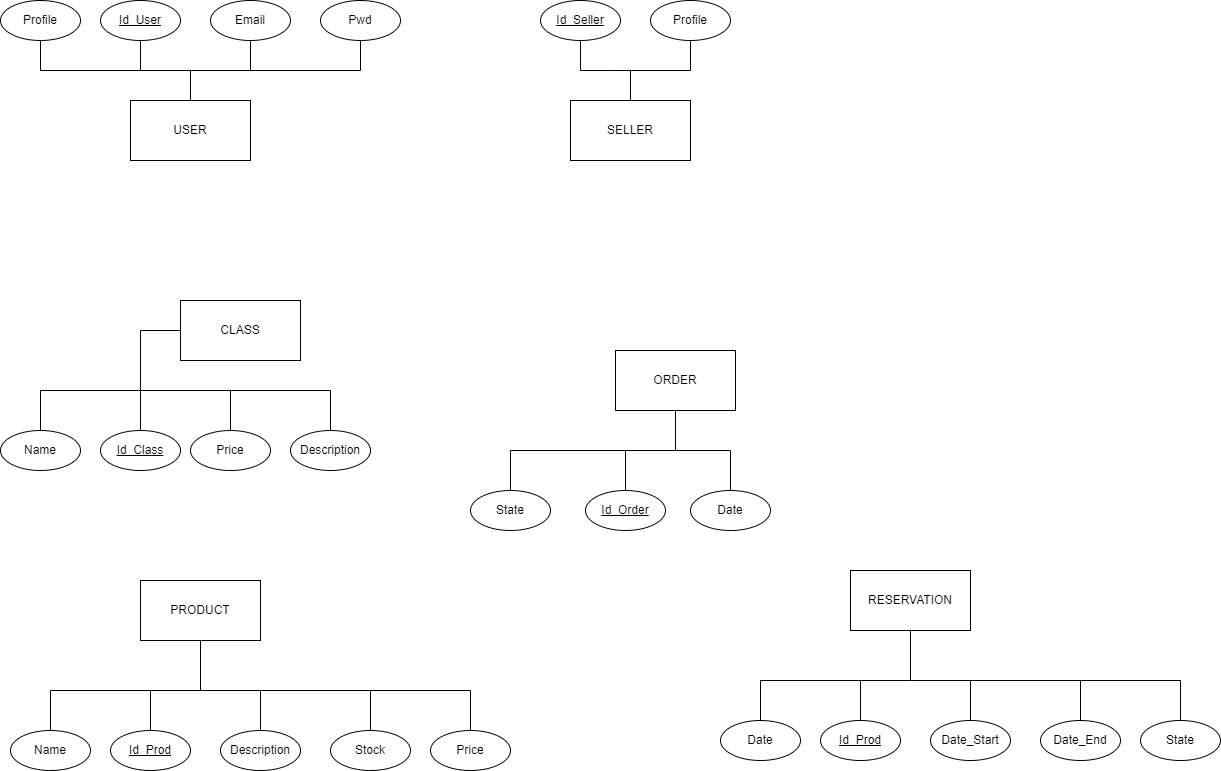
The draw.io diagram Entidad-Relacion.drawio.png in OscarELCRACK17/imagen, before a commit. Source tidied: cells renumbered, new cells last; positions are measured from the earlier drawing's top-left corner, leaving out a move shared by most shapes.
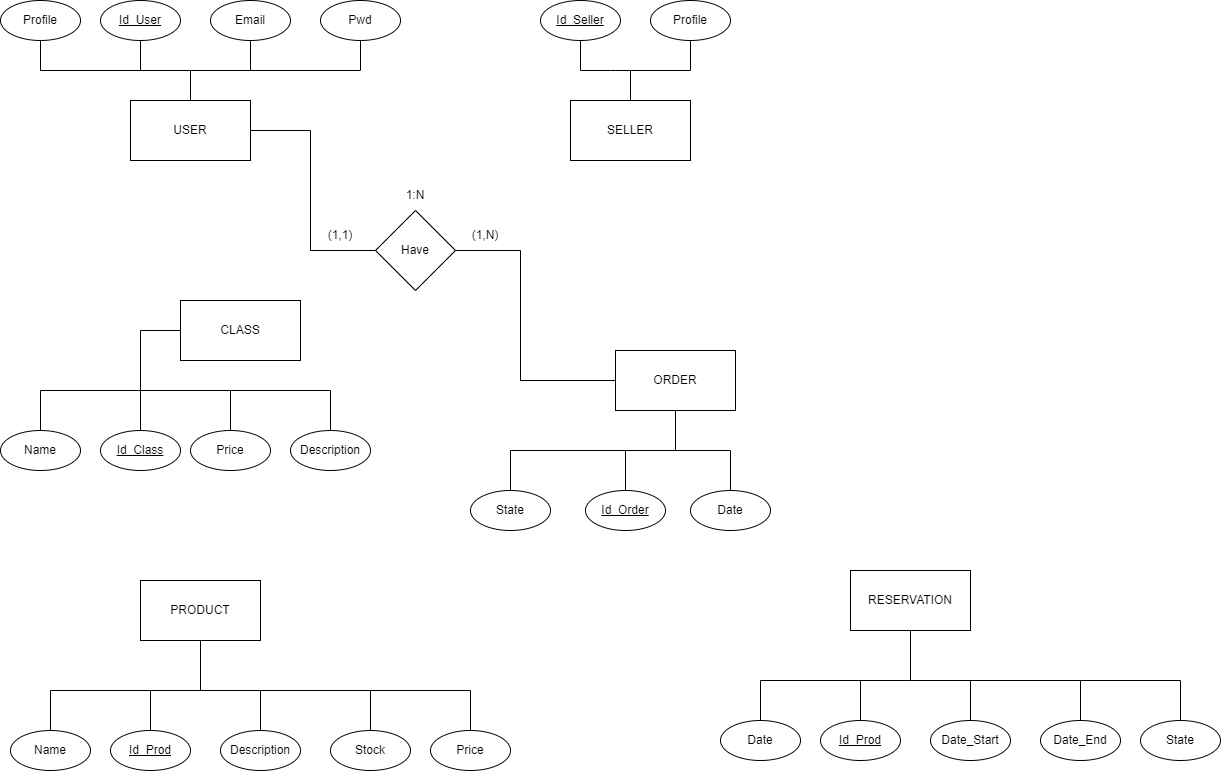
The same diagram one commit later.

The edit, as a diff of the source:
```diff
@@ -272,5 +272,33 @@
         </Array>
       </mxGeometry>
     </mxCell>
+    <mxCell id="56" value="Have" style="rhombus;whiteSpace=wrap;html=1;" parent="1" vertex="1">
+      <mxGeometry x="375" y="210" width="80" height="80" as="geometry" />
+    </mxCell>
+    <mxCell id="57" style="endArrow=none;html=1;rounded=0;entryX=0;entryY=0.5;entryDx=0;entryDy=0;exitX=1;exitY=0.5;exitDx=0;exitDy=0;" parent="1" edge="1" source="2" target="56">
+      <mxGeometry relative="1" as="geometry">
+        <Array as="points">
+          <mxPoint x="310" y="130" />
+          <mxPoint x="310" y="250" />
+        </Array>
+      </mxGeometry>
+    </mxCell>
+    <mxCell id="58" style="endArrow=none;html=1;rounded=0;entryX=0;entryY=0.5;entryDx=0;entryDy=0;exitX=1;exitY=0.5;exitDx=0;exitDy=0;" parent="1" edge="1" source="56" target="29">
+      <mxGeometry relative="1" as="geometry">
+        <Array as="points">
+          <mxPoint x="520" y="250" />
+          <mxPoint x="520" y="380" />
+        </Array>
+      </mxGeometry>
+    </mxCell>
+    <mxCell id="59" value="(1,N)" style="text;html=1;strokeColor=none;fillColor=none;align=center;verticalAlign=middle;whiteSpace=wrap;rounded=0;" parent="1" vertex="1">
+      <mxGeometry x="455" y="220" width="60" height="30" as="geometry" />
+    </mxCell>
+    <mxCell id="60" value="(1,1)" style="text;html=1;strokeColor=none;fillColor=none;align=center;verticalAlign=middle;whiteSpace=wrap;rounded=0;" parent="1" vertex="1">
+      <mxGeometry x="310" y="220" width="60" height="30" as="geometry" />
+    </mxCell>
+    <mxCell id="61" value="1:N" style="text;html=1;strokeColor=none;fillColor=none;align=center;verticalAlign=middle;whiteSpace=wrap;rounded=0;" parent="1" vertex="1">
+      <mxGeometry x="385" y="180" width="60" height="30" as="geometry" />
+    </mxCell>
   </root>
 </mxGraphModel>
```
